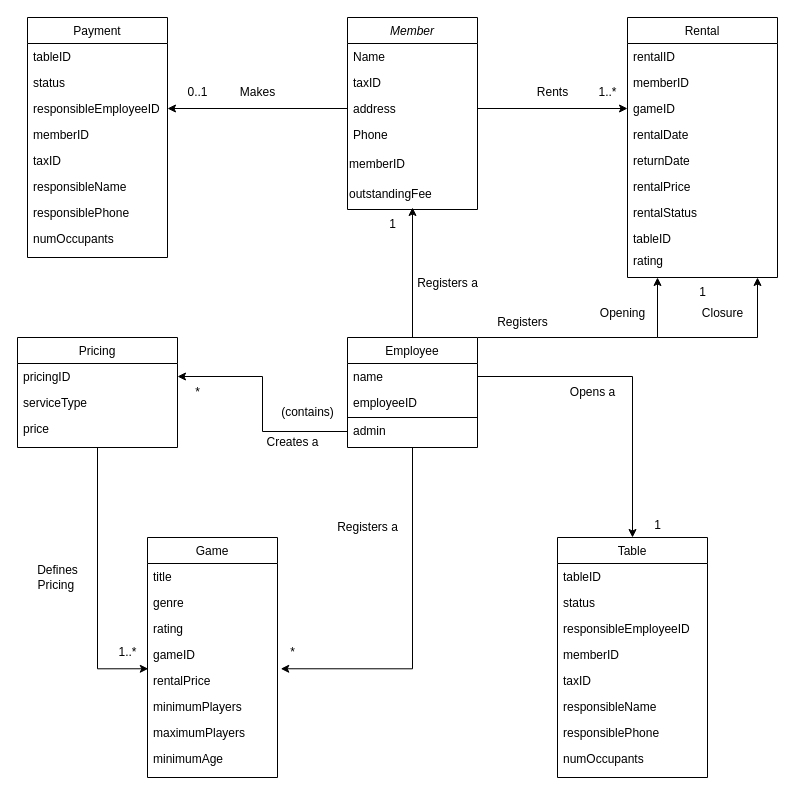
This is Untitled Diagram.drawio from luccamarshall/DCO, a draw.io file, before an edit. Source tidied: cells renumbered, new cells numbered last; positions are measured from the earlier drawing's top-left corner, leaving out a move shared by most shapes. Both pictures are drawn from the tidied source at 100%, with x=0, y=0 at pixel (17, 17).
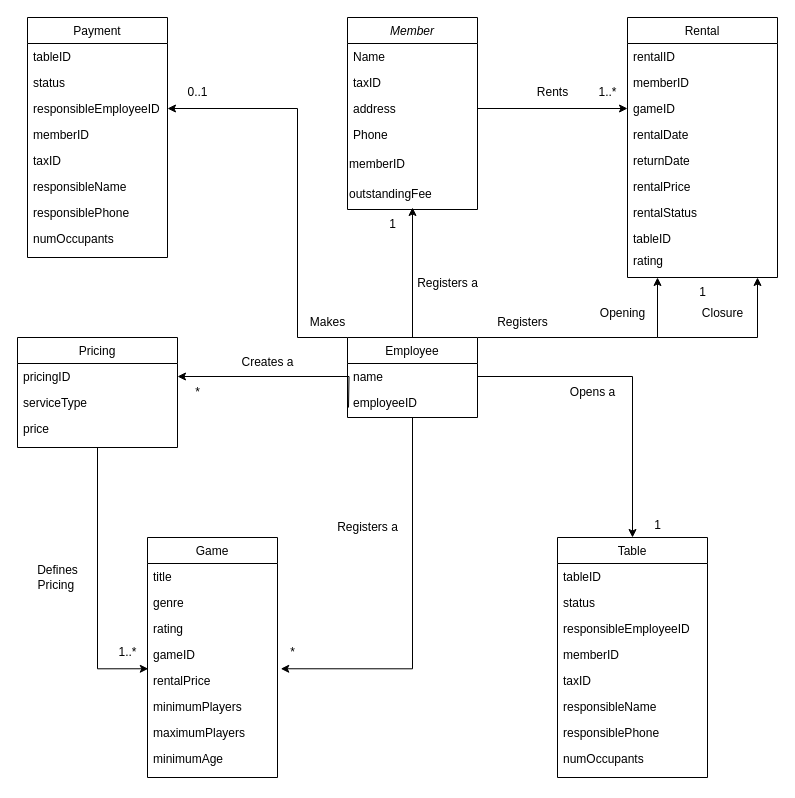
After the change.

The change refers to these unchanged cells:
```xml
<mxCell id="5" value="address" style="text;align=left;verticalAlign=top;spacingLeft=4;spacingRight=4;overflow=hidden;points=[[0,0.5],[1,0.5]];portConstraint=eastwest;rounded=0;shadow=0;html=0;" parent="2" vertex="1">
  <mxGeometry y="78" width="130" height="26" as="geometry" />
</mxCell>
<mxCell id="38" value="responsibleEmployeeID" style="text;align=left;verticalAlign=top;spacingLeft=4;spacingRight=4;overflow=hidden;points=[[0,0.5],[1,0.5]];portConstraint=eastwest;" parent="35" vertex="1">
  <mxGeometry y="78" width="140" height="26" as="geometry" />
</mxCell>
<mxCell id="46" value="pricingID" style="text;align=left;verticalAlign=top;spacingLeft=4;spacingRight=4;overflow=hidden;points=[[0,0.5],[1,0.5]];portConstraint=eastwest;" parent="45" vertex="1">
  <mxGeometry y="26" width="160" height="26" as="geometry" />
</mxCell>
```

Diff of the diagram source:
```diff
@@
     <mxCell id="12" value="Employee" style="swimlane;fontStyle=0;align=center;verticalAlign=top;horizontal=1;startSize=26;rounded=0;shadow=0;strokeWidth=1;" parent="1" vertex="1">
-      <mxGeometry x="330" y="320" width="130" height="110" as="geometry" />
+      <mxGeometry x="330" y="320" width="130" height="80" as="geometry" />
     </mxCell>
@@
-    <mxCell id="15" style="endArrow=none;html=1;rounded=0;exitX=0;exitY=0;exitDx=0;exitDy=0;exitPerimeter=0;entryX=1;entryY=0;entryDx=0;entryDy=0;entryPerimeter=0;" parent="12" edge="1" source="16" target="16">
-      <mxGeometry relative="1" as="geometry" />
-    </mxCell>
-    <mxCell id="16" value="admin" style="text;align=left;verticalAlign=top;spacingLeft=4;spacingRight=4;overflow=hidden;points=[[0,0.5],[1,0.5]];portConstraint=eastwest;rounded=0;shadow=0;html=0;" parent="12" vertex="1">
-      <mxGeometry y="80" width="130" height="28" as="geometry" />
-    </mxCell>
@@
     <mxCell id="60" value="Creates a" style="text;html=1;align=center;verticalAlign=middle;strokeColor=none;fillColor=none;" parent="1" vertex="1">
-      <mxGeometry x="235" y="410" width="80" height="30" as="geometry" />
+      <mxGeometry x="210" y="330" width="80" height="30" as="geometry" />
     </mxCell>
-    <mxCell id="61" style="edgeStyle=orthogonalEdgeStyle;rounded=0;jettySize=auto;html=1;entryX=1;entryY=0.5;entryDx=0;entryDy=0;exitX=0;exitY=0.5;exitDx=0;exitDy=0;" parent="1" edge="1" source="16" target="46">
-      <mxGeometry relative="1" as="geometry" />
+    <mxCell id="61" style="edgeStyle=orthogonalEdgeStyle;rounded=0;jettySize=auto;html=1;entryX=1;entryY=0.5;entryDx=0;entryDy=0;" parent="1" edge="1" target="46">
+      <mxGeometry relative="1" as="geometry">
+        <mxPoint x="331" y="390" as="sourcePoint" />
+      </mxGeometry>
     </mxCell>
@@
-    <mxCell id="72" style="edgeStyle=orthogonalEdgeStyle;rounded=0;jettySize=auto;html=1;entryX=1;entryY=0.5;entryDx=0;entryDy=0;" parent="1" edge="1" source="5" target="38">
-      <mxGeometry relative="1" as="geometry" />
+    <mxCell id="72" style="edgeStyle=orthogonalEdgeStyle;rounded=0;jettySize=auto;html=1;entryX=1;entryY=0.5;entryDx=0;entryDy=0;exitX=0;exitY=0;exitDx=0;exitDy=0;" parent="1" edge="1" source="12" target="38">
+      <mxGeometry relative="1" as="geometry">
+        <Array as="points">
+          <mxPoint x="280" y="320" />
+          <mxPoint x="280" y="91" />
+        </Array>
+      </mxGeometry>
     </mxCell>
     <mxCell id="73" value="Makes" style="text;html=1;align=center;verticalAlign=middle;strokeColor=none;fillColor=none;" parent="1" vertex="1">
-      <mxGeometry x="210" y="60" width="60" height="30" as="geometry" />
+      <mxGeometry x="280" y="290" width="60" height="30" as="geometry" />
     </mxCell>
@@
-    <mxCell id="82" value="(contains)" style="text;html=1;align=center;verticalAlign=middle;strokeColor=none;fillColor=none;" parent="1" vertex="1">
-      <mxGeometry x="250" y="380" width="80" height="30" as="geometry" />
-    </mxCell>
```
